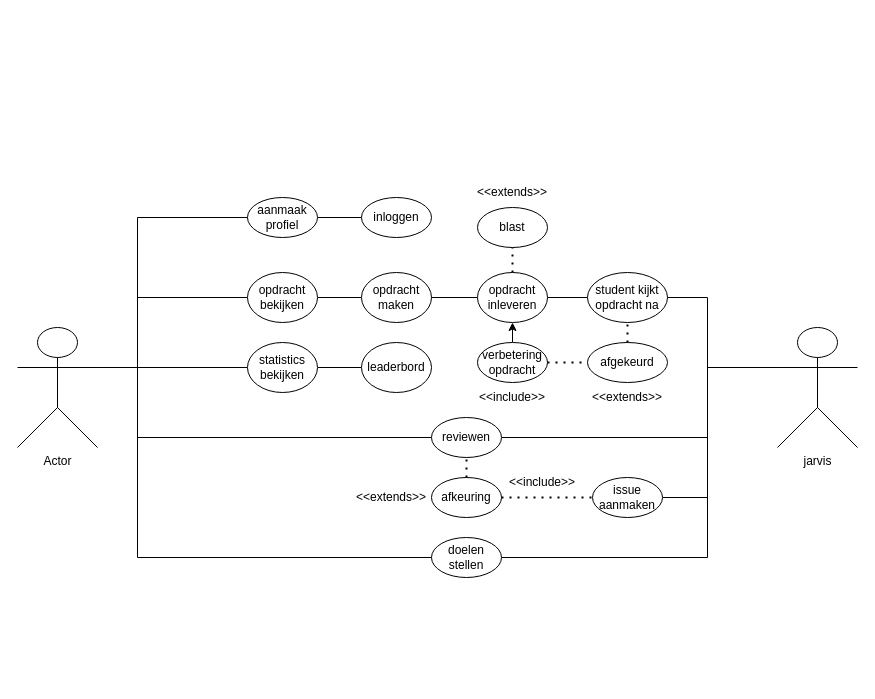
This is Diagram zonder titel.drawio from horizoncollege/ao-alkmaar-Brotjetimo, a draw.io file, before an edit. Source tidied: cells renumbered, new cells numbered last; positions are measured from the earlier drawing's top-left corner, leaving out a move shared by most shapes. Both pictures are drawn from the tidied source at 100%, with x=0, y=0 at pixel (17, 177).
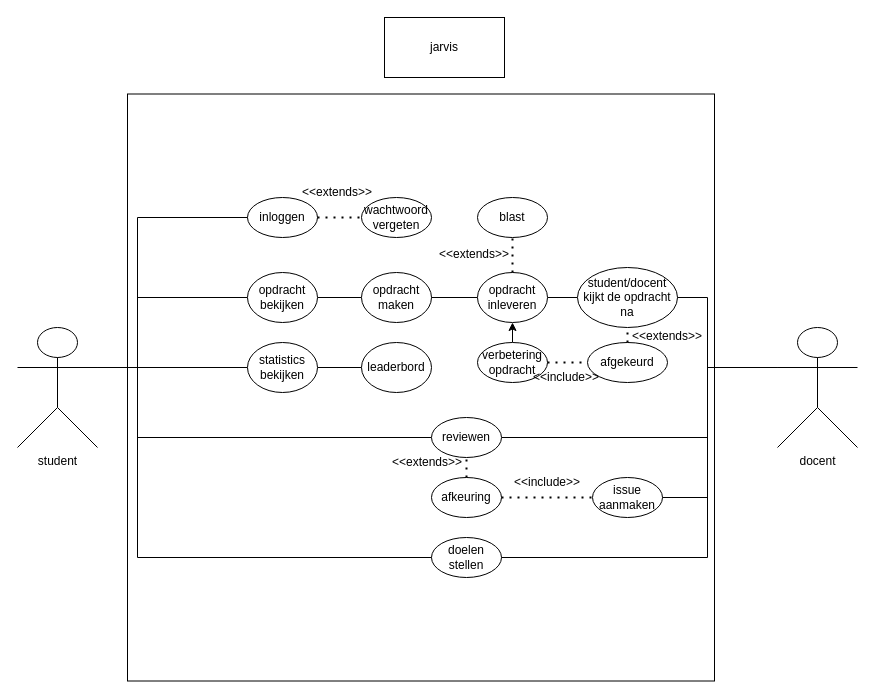
After the change.

Change to the diagram source:
```diff
@@
+    <mxCell id="44" style="whiteSpace=wrap;html=1;" parent="1" vertex="1">
+      <mxGeometry x="110" y="-83.5" width="587" height="587" as="geometry" />
+    </mxCell>
@@
-    <mxCell id="5" value="Actor" style="shape=umlActor;verticalLabelPosition=bottom;verticalAlign=top;html=1;outlineConnect=0;" parent="1" vertex="1">
+    <mxCell id="5" value="student" style="shape=umlActor;verticalLabelPosition=bottom;verticalAlign=top;html=1;outlineConnect=0;" parent="1" vertex="1">
       <mxGeometry y="150" width="80" height="120" as="geometry" />
     </mxCell>
@@
-    <mxCell id="7" value="jarvis" style="shape=umlActor;verticalLabelPosition=bottom;verticalAlign=top;html=1;outlineConnect=0;" parent="1" vertex="1">
+    <mxCell id="7" value="docent" style="shape=umlActor;verticalLabelPosition=bottom;verticalAlign=top;html=1;outlineConnect=0;" parent="1" vertex="1">
       <mxGeometry x="760" y="150" width="80" height="120" as="geometry" />
     </mxCell>
     <mxCell id="8" value="inloggen" style="ellipse;whiteSpace=wrap;html=1;" parent="1" vertex="1">
-      <mxGeometry x="344" y="20" width="70" height="40" as="geometry" />
+      <mxGeometry x="230" y="20" width="70" height="40" as="geometry" />
     </mxCell>
@@
-    <mxCell id="17" value="student kijkt opdracht na" style="ellipse;whiteSpace=wrap;html=1;" parent="1" vertex="1">
-      <mxGeometry x="570" y="95" width="80" height="50" as="geometry" />
+    <mxCell id="17" value="student/docent kijkt de opdracht na" style="ellipse;whiteSpace=wrap;html=1;" parent="1" vertex="1">
+      <mxGeometry x="560" y="90" width="100" height="60" as="geometry" />
     </mxCell>
@@
     <mxCell id="20" value="blast" style="ellipse;whiteSpace=wrap;html=1;" parent="1" vertex="1">
-      <mxGeometry x="460" y="30" width="70" height="40" as="geometry" />
+      <mxGeometry x="460" y="20" width="70" height="40" as="geometry" />
     </mxCell>
     <mxCell id="21" value="&amp;lt;&amp;lt;extends&amp;gt;&amp;gt;" style="text;html=1;strokeColor=none;fillColor=none;align=center;verticalAlign=middle;whiteSpace=wrap;rounded=0;" parent="1" vertex="1">
-      <mxGeometry x="465" width="60" height="30" as="geometry" />
+      <mxGeometry x="427" y="62" width="60" height="30" as="geometry" />
     </mxCell>
@@
     <mxCell id="25" value="&amp;lt;&amp;lt;extends&amp;gt;&amp;gt;" style="text;html=1;strokeColor=none;fillColor=none;align=center;verticalAlign=middle;whiteSpace=wrap;rounded=0;" parent="1" vertex="1">
-      <mxGeometry x="580" y="205" width="60" height="30" as="geometry" />
+      <mxGeometry x="620" y="144" width="60" height="30" as="geometry" />
     </mxCell>
@@
     <mxCell id="30" value="&amp;lt;&amp;lt;include&amp;gt;&amp;gt;" style="text;html=1;strokeColor=none;fillColor=none;align=center;verticalAlign=middle;whiteSpace=wrap;rounded=0;" parent="1" vertex="1">
-      <mxGeometry x="465" y="205" width="60" height="30" as="geometry" />
+      <mxGeometry x="519" y="185" width="60" height="30" as="geometry" />
     </mxCell>
@@
-    <mxCell id="33" style="edgeStyle=orthogonalEdgeStyle;rounded=0;jettySize=auto;html=1;exitX=1;exitY=0.5;exitDx=0;exitDy=0;entryX=0;entryY=0.5;entryDx=0;entryDy=0;endArrow=none;endFill=0;" parent="1" edge="1" source="34" target="8">
-      <mxGeometry relative="1" as="geometry" />
-    </mxCell>
-    <mxCell id="34" value="aanmaak profiel" style="ellipse;whiteSpace=wrap;html=1;" parent="1" vertex="1">
-      <mxGeometry x="230" y="20" width="70" height="40" as="geometry" />
-    </mxCell>
-    <mxCell id="35" style="edgeStyle=orthogonalEdgeStyle;rounded=0;jettySize=auto;html=1;exitX=0;exitY=0.5;exitDx=0;exitDy=0;entryX=1;entryY=0.3333333333333333;entryDx=0;entryDy=0;entryPerimeter=0;endArrow=none;endFill=0;" parent="1" edge="1" source="34" target="5">
+    <mxCell id="35" style="edgeStyle=orthogonalEdgeStyle;rounded=0;jettySize=auto;html=1;exitX=0;exitY=0.5;exitDx=0;exitDy=0;entryX=1;entryY=0.3333333333333333;entryDx=0;entryDy=0;entryPerimeter=0;endArrow=none;endFill=0;" parent="1" edge="1" source="8" target="5">
       <mxGeometry relative="1" as="geometry">
         <Array as="points">
           <mxPoint x="120" y="40" />
+          <mxPoint x="120" y="190" />
         </Array>
       </mxGeometry>
     </mxCell>
@@
     <mxCell id="39" value="&amp;lt;&amp;lt;extends&amp;gt;&amp;gt;" style="text;html=1;strokeColor=none;fillColor=none;align=center;verticalAlign=middle;whiteSpace=wrap;rounded=0;" parent="1" vertex="1">
-      <mxGeometry x="344" y="305" width="60" height="30" as="geometry" />
+      <mxGeometry x="380" y="270" width="60" height="30" as="geometry" />
     </mxCell>
@@
     <mxCell id="41" value="&amp;lt;&amp;lt;include&amp;gt;&amp;gt;" style="text;html=1;strokeColor=none;fillColor=none;align=center;verticalAlign=middle;whiteSpace=wrap;rounded=0;" parent="1" vertex="1">
-      <mxGeometry x="495" y="290" width="60" height="30" as="geometry" />
+      <mxGeometry x="500" y="290" width="60" height="30" as="geometry" />
     </mxCell>
@@
+    <mxCell id="45" value="wachtwoord vergeten" style="ellipse;whiteSpace=wrap;html=1;" parent="1" vertex="1">
+      <mxGeometry x="344" y="20" width="70" height="40" as="geometry" />
+    </mxCell>
+    <mxCell id="46" style="endArrow=none;dashed=1;html=1;dashPattern=1 3;strokeWidth=2;rounded=0;exitX=1;exitY=0.5;exitDx=0;exitDy=0;entryX=0;entryY=0.5;entryDx=0;entryDy=0;" parent="1" edge="1" source="8" target="45">
+      <mxGeometry relative="1" as="geometry" />
+    </mxCell>
+    <mxCell id="47" value="&amp;lt;&amp;lt;extends&amp;gt;&amp;gt;" style="text;html=1;strokeColor=none;fillColor=none;align=center;verticalAlign=middle;whiteSpace=wrap;rounded=0;" parent="1" vertex="1">
+      <mxGeometry x="290" width="60" height="30" as="geometry" />
+    </mxCell>
+    <mxCell id="48" value="jarvis" style="rounded=0;whiteSpace=wrap;html=1;" parent="1" vertex="1">
+      <mxGeometry x="367" y="-160" width="120" height="60" as="geometry" />
+    </mxCell>
```
